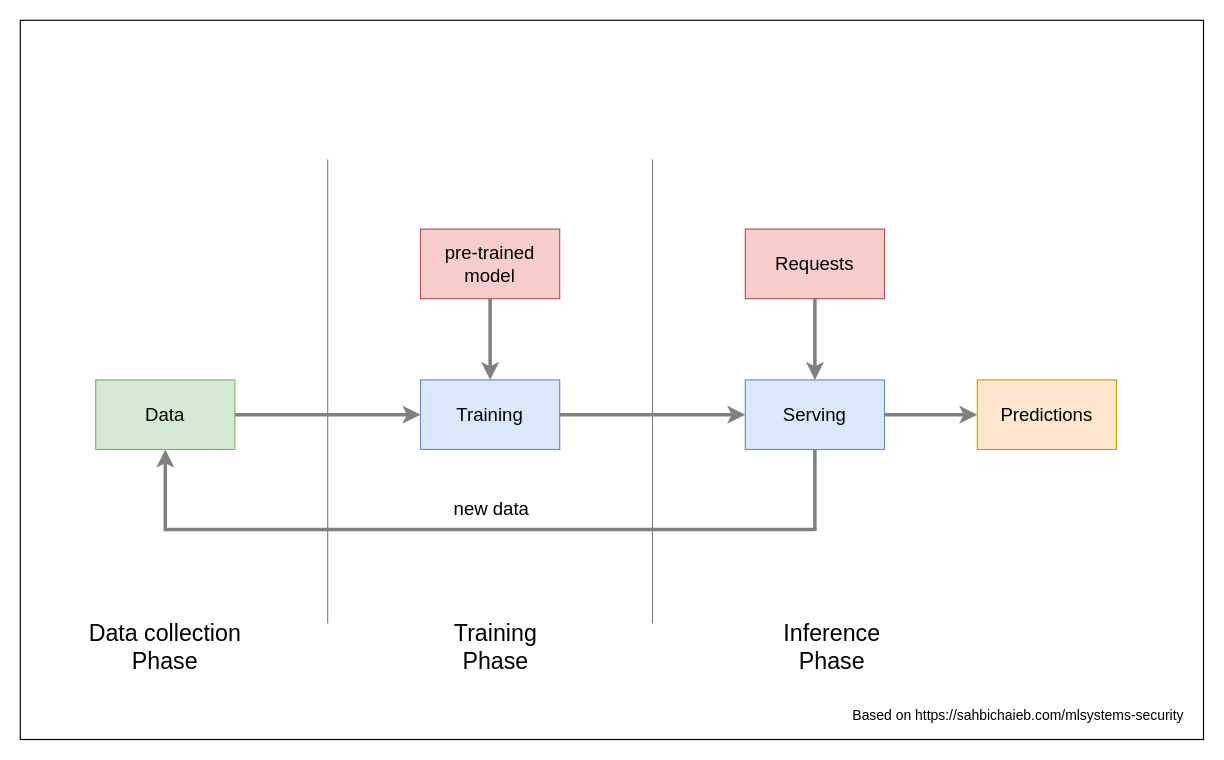
mapa17/slides keeps this draw.io diagram as page "woAttacks" (1 of 3) of CyberSec4ML/artifacts/MLSec_AttackSurface.drawio. Above is the earlier version. Source tidied: cells renumbered, new cells numbered last; positions are measured from the earlier drawing's top-left corner, leaving out a move shared by most shapes. Both pictures are drawn from the tidied source at 116%, with x=0, y=0 at pixel (20, 20).
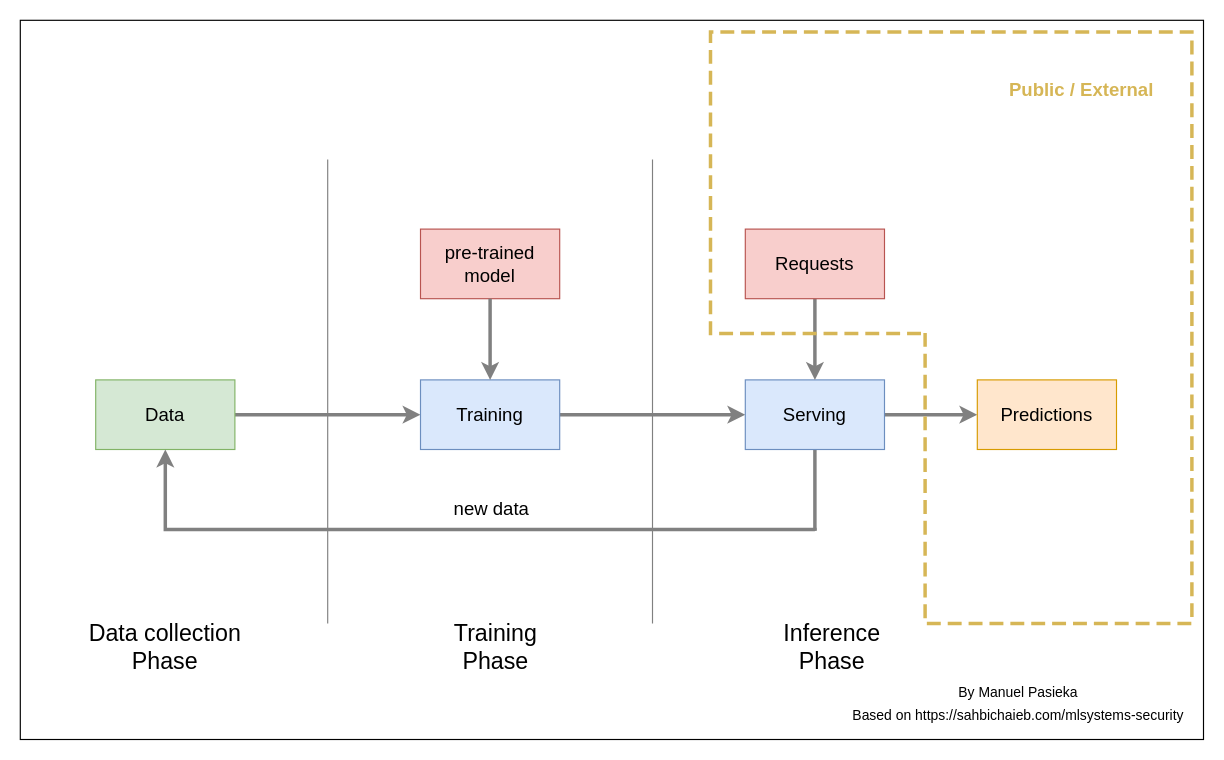
After the change.

Diff of the diagram source:
```diff
@@
+    <mxCell id="19" style="rounded=0;whiteSpace=wrap;html=1;fontSize=12;fontColor=#000000;strokeColor=#000000;fillColor=none;" parent="1" vertex="1">
+      <mxGeometry width="1020" height="620" as="geometry" />
+    </mxCell>
@@
-    <mxCell id="19" style="rounded=0;whiteSpace=wrap;html=1;fontSize=12;fontColor=#000000;strokeColor=#000000;fillColor=none;" parent="1" vertex="1">
-      <mxGeometry width="1020" height="620" as="geometry" />
-    </mxCell>
@@
+    <mxCell id="23" style="group;" parent="1" vertex="1">
+      <mxGeometry x="595" y="10" width="415" height="510" as="geometry" />
+    </mxCell>
+    <mxCell id="24" style="shape=partialRectangle;whiteSpace=wrap;html=1;right=0;top=0;bottom=0;fillColor=none;routingCenterX=-0.5;dashed=1;fontSize=16;fontColor=#D6B656;strokeColor=#D6B656;strokeWidth=3;rotation=-90;" parent="23" vertex="1">
+      <mxGeometry x="31.2" y="111.3" width="120" height="177.5" as="geometry" />
+    </mxCell>
+    <mxCell id="25" style="shape=partialRectangle;whiteSpace=wrap;html=1;bottom=1;right=1;left=1;top=0;fillColor=none;routingCenterX=-0.5;dashed=1;fontSize=16;fontColor=#D6B656;strokeColor=#D6B656;strokeWidth=3;rotation=-180;" parent="23" vertex="1">
+      <mxGeometry width="415" height="260" as="geometry" />
+    </mxCell>
+    <mxCell id="26" value="&lt;b&gt;Public / External&lt;/b&gt;" style="text;html=1;strokeColor=none;fillColor=none;align=center;verticalAlign=middle;whiteSpace=wrap;rounded=0;dashed=1;fontSize=16;fontColor=#D6B656;" parent="23" vertex="1">
+      <mxGeometry x="250" y="30" width="140" height="40" as="geometry" />
+    </mxCell>
+    <mxCell id="27" style="shape=partialRectangle;whiteSpace=wrap;html=1;bottom=1;right=1;left=1;top=0;fillColor=none;routingCenterX=-0.5;dashed=1;fontSize=16;fontColor=#D6B656;strokeColor=#D6B656;strokeWidth=3;rotation=0;" parent="23" vertex="1">
+      <mxGeometry x="185" y="260" width="230" height="250" as="geometry" />
+    </mxCell>
+    <mxCell id="28" value="By Manuel Pasieka" style="text;html=1;align=center;verticalAlign=middle;strokeColor=none;fillColor=none;fontSize=12;fontColor=#000000;" parent="1" vertex="1">
+      <mxGeometry x="800" y="570" width="120" height="20" as="geometry" />
+    </mxCell>
```
